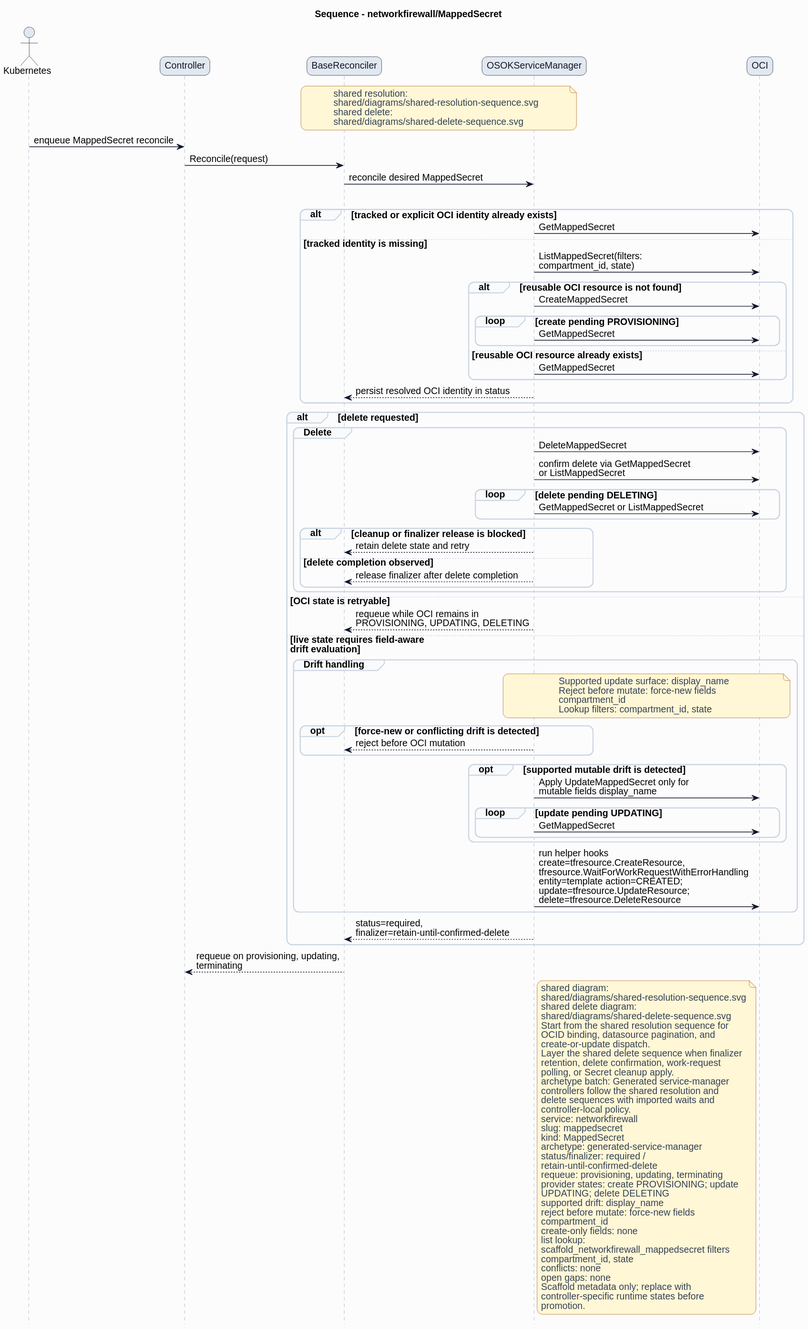
Before: formal/controllers/networkfirewall/mappedsecret/diagrams/sequence.svg, a diagram exported from PlantUML (HaoyL666/oci-service-operator).
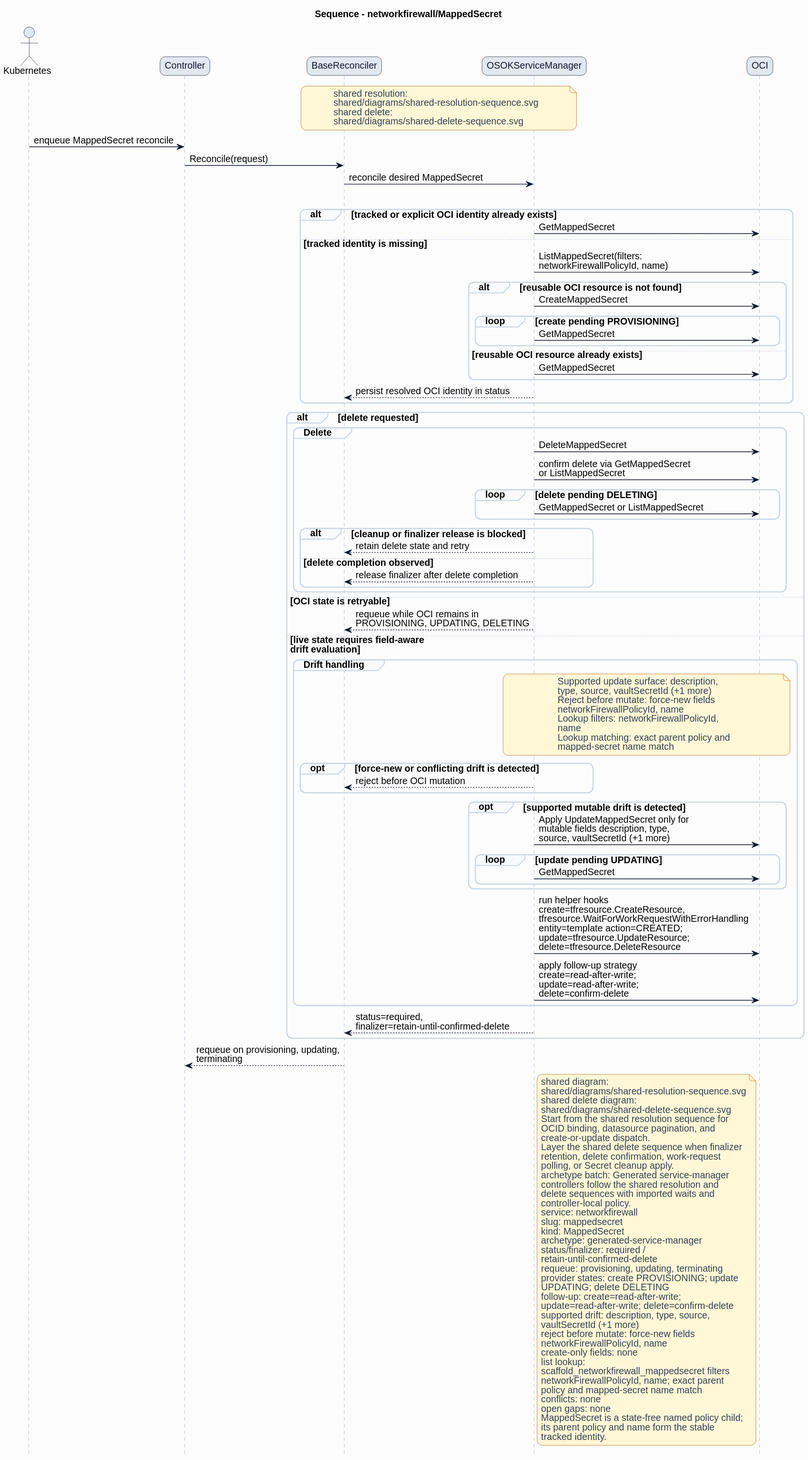
Above is the later version.

What changed in the source:
```diff
@@ -38,7 +38,7 @@
 alt tracked or explicit OCI identity already exists
 ServiceManager -> OCI: GetMappedSecret
 else tracked identity is missing
-ServiceManager -> OCI: ListMappedSecret(filters:\ncompartment_id, state)
+ServiceManager -> OCI: ListMappedSecret(filters:\nnetworkFirewallPolicyId, name)
 alt reusable OCI resource is not found
 ServiceManager -> OCI: CreateMappedSecret
 loop create pending PROVISIONING
@@ -67,21 +67,26 @@
 else live state requires field-aware\ndrift evaluation
 group Drift handling
 note over ServiceManager,OCI
-Supported update surface: display_name
+Supported update surface: description,
+type, source, vaultSecretId (+1 more)
 Reject before mutate: force-new fields
-compartment_id
-Lookup filters: compartment_id, state
+networkFirewallPolicyId, name
+Lookup filters: networkFirewallPolicyId,
+name
+Lookup matching: exact parent policy and
+mapped-secret name match
 end note
 opt force-new or conflicting drift is detected
 ServiceManager --> BaseReconciler: reject before OCI mutation
 end
 opt supported mutable drift is detected
-ServiceManager -> OCI: Apply UpdateMappedSecret only for\nmutable fields display_name
+ServiceManager -> OCI: Apply UpdateMappedSecret only for\nmutable fields description, type,\nsource, vaultSecretId (+1 more)
 loop update pending UPDATING
 ServiceManager -> OCI: GetMappedSecret
 end
 end
 ServiceManager -> OCI: run helper hooks\ncreate=tfresource.CreateResource,\ntfresource.WaitForWorkRequestWithErrorHandling\nentity=template action=CREATED;\nupdate=tfresource.UpdateResource;\ndelete=tfresource.DeleteResource
+ServiceManager -> OCI: apply follow-up strategy\ncreate=read-after-write;\nupdate=read-after-write;\ndelete=confirm-delete
 end
 ServiceManager --> BaseReconciler: status=required,\nfinalizer=retain-until-confirmed-delete
 end
@@ -110,17 +115,21 @@
 requeue: provisioning, updating, terminating
 provider states: create PROVISIONING; update
 UPDATING; delete DELETING
-supported drift: display_name
+follow-up: create=read-after-write;
+update=read-after-write; delete=confirm-delete
+supported drift: description, type, source,
+vaultSecretId (+1 more)
 reject before mutate: force-new fields
-compartment_id
+networkFirewallPolicyId, name
 create-only fields: none
 list lookup:
 scaffold_networkfirewall_mappedsecret filters
-compartment_id, state
+networkFirewallPolicyId, name; exact parent
+policy and mapped-secret name match
 conflicts: none
 open gaps: none
-Scaffold metadata only; replace with
-controller-specific runtime states before
-promotion.
+MappedSecret is a state-free named policy child;
+its parent policy and name form the stable
+tracked identity.
 end note
 @enduml
```
